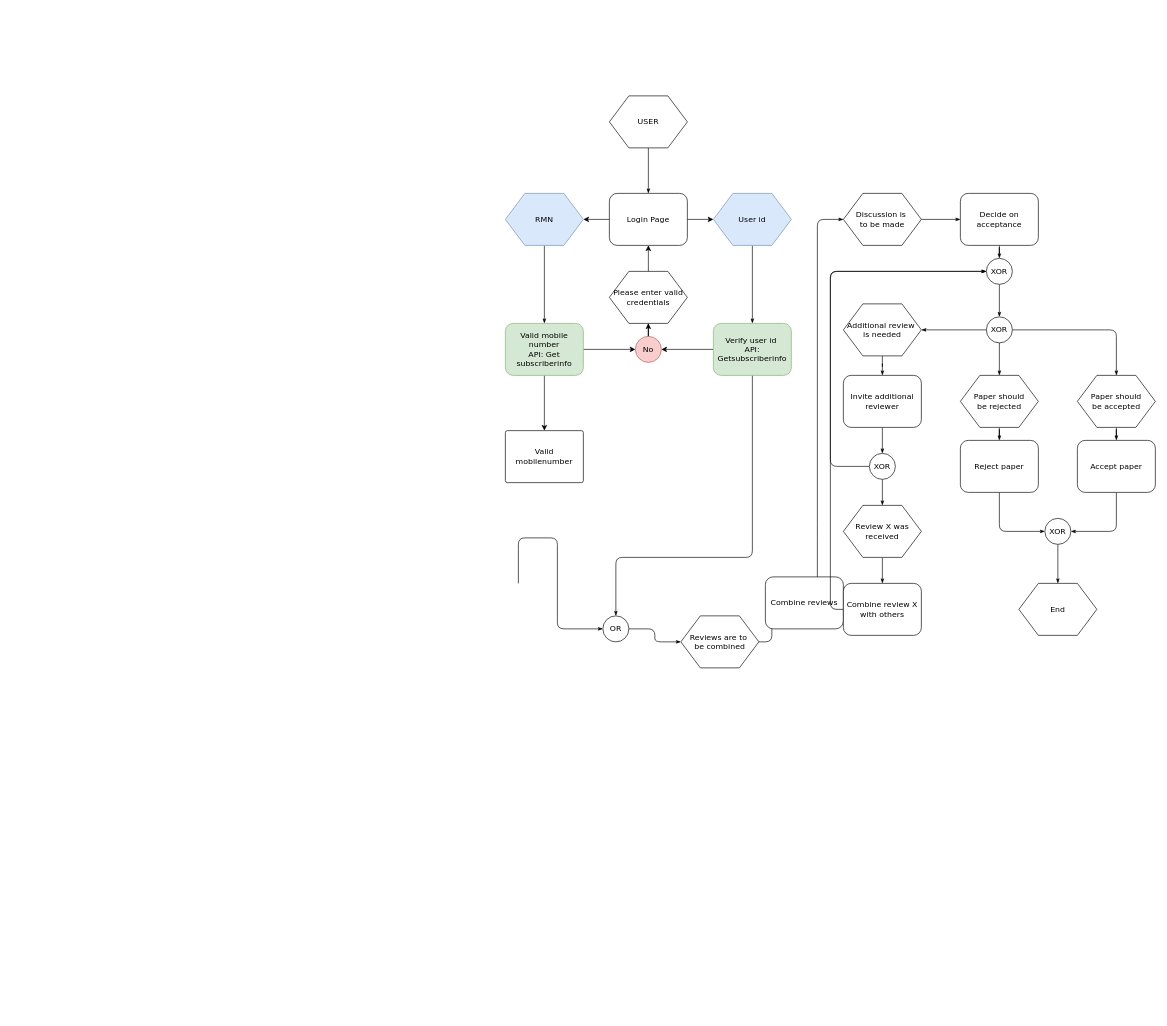
Earlier version of the draw.io diagram Untitled Diagram.drawio (jkssuryarao/jkssuryarao.github.io). Source tidied: cells renumbered, new cells numbered last; positions are measured from the earlier drawing's top-left corner, leaving out a move shared by most shapes. Both pictures are drawn from the tidied source at 65%, with x=0, y=0 at pixel (505, 96).
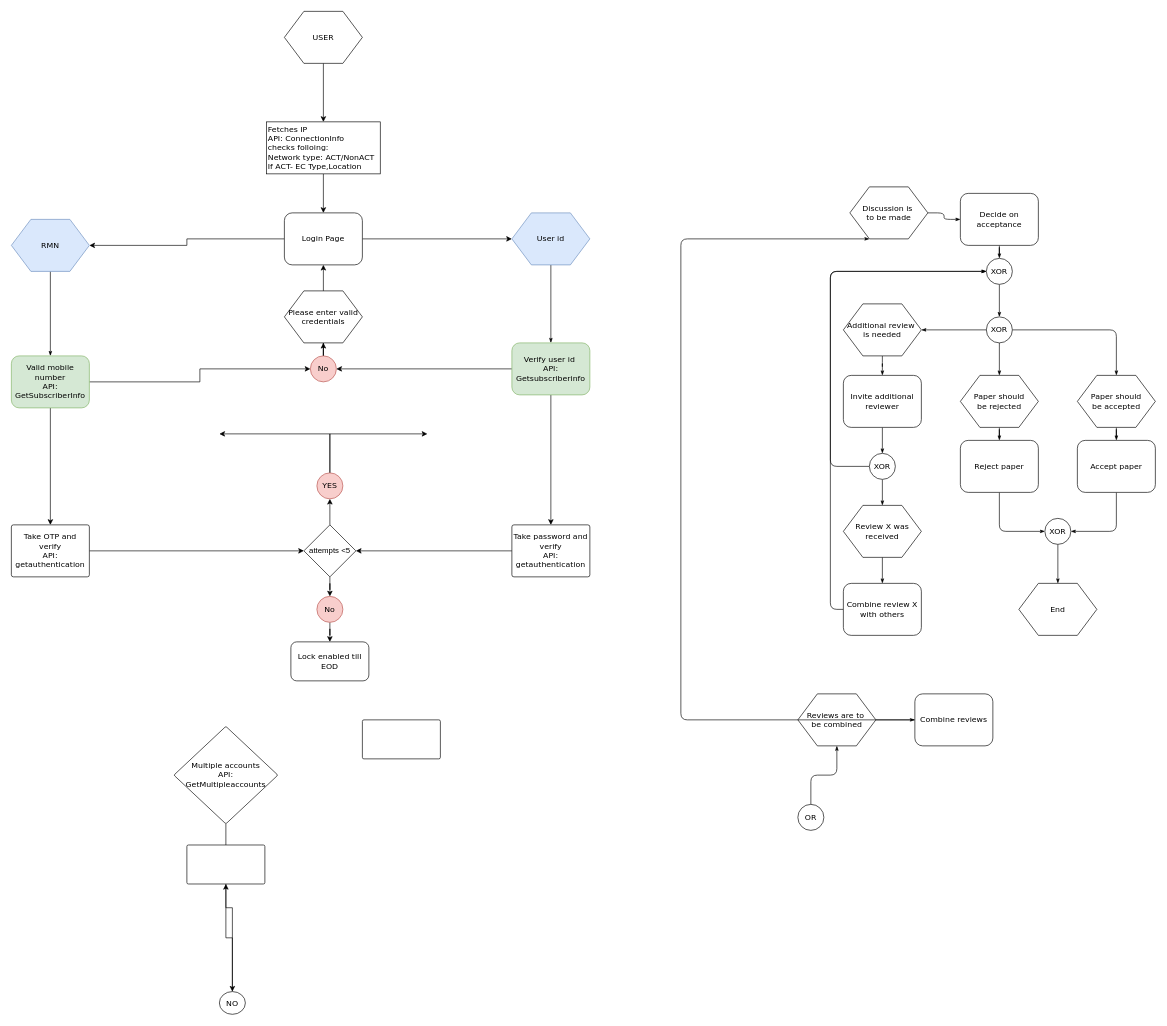
After the change.

Commit message:
Login changes 03 July

Diff of the diagram source:
```diff
@@
-    <mxCell id="2" style="edgeStyle=orthogonalEdgeStyle;rounded=1;html=1;labelBackgroundColor=none;startArrow=none;startFill=0;startSize=5;endArrow=classicThin;endFill=1;endSize=5;jettySize=auto;strokeWidth=1;fontFamily=Verdana;fontSize=8;" parent="1" edge="1" source="3" target="6">
-      <mxGeometry relative="1" as="geometry" />
-    </mxCell>
+    <mxCell id="61" style="edgeStyle=orthogonalEdgeStyle;rounded=0;jettySize=auto;html=1;" parent="1" edge="1" source="3" target="82">
+      <mxGeometry relative="1" as="geometry" />
+    </mxCell>
     <mxCell id="3" value="USER" style="shape=hexagon;perimeter=hexagonPerimeter;whiteSpace=wrap;html=1;rounded=0;shadow=0;labelBackgroundColor=none;strokeWidth=1;fontFamily=Verdana;fontSize=12;align=center;" parent="1" vertex="1">
-      <mxGeometry x="160" width="120" height="80" as="geometry" />
+      <mxGeometry x="-340" y="-130" width="120" height="80" as="geometry" />
     </mxCell>
@@
     <mxCell id="6" value="Login Page" style="rounded=1;whiteSpace=wrap;html=1;shadow=0;labelBackgroundColor=none;strokeWidth=1;fontFamily=Verdana;fontSize=12;align=center;" parent="1" vertex="1">
-      <mxGeometry x="160" y="150" width="120" height="80" as="geometry" />
+      <mxGeometry x="-340" y="180" width="120" height="80" as="geometry" />
     </mxCell>
@@
     <mxCell id="8" value="RMN" style="shape=hexagon;perimeter=hexagonPerimeter;whiteSpace=wrap;html=1;rounded=0;shadow=0;labelBackgroundColor=none;strokeWidth=1;fontFamily=Verdana;fontSize=12;align=center;fillColor=#dae8fc;strokeColor=#6c8ebf;" parent="1" vertex="1">
-      <mxGeometry y="150" width="120" height="80" as="geometry" />
+      <mxGeometry x="-760" y="190" width="120" height="80" as="geometry" />
     </mxCell>
@@
     <mxCell id="10" value="User id" style="shape=hexagon;perimeter=hexagonPerimeter;whiteSpace=wrap;html=1;rounded=0;shadow=0;labelBackgroundColor=none;strokeWidth=1;fontFamily=Verdana;fontSize=12;align=center;fillColor=#dae8fc;strokeColor=#6c8ebf;" parent="1" vertex="1">
-      <mxGeometry x="320" y="150" width="120" height="80" as="geometry" />
+      <mxGeometry x="10" y="180" width="120" height="80" as="geometry" />
     </mxCell>
-    <mxCell id="11" style="edgeStyle=orthogonalEdgeStyle;rounded=1;html=1;labelBackgroundColor=none;startArrow=none;startFill=0;startSize=5;endArrow=classicThin;endFill=1;endSize=5;jettySize=auto;strokeWidth=1;fontFamily=Verdana;fontSize=8;" parent="1" edge="1" target="19">
-      <mxGeometry relative="1" as="geometry">
-        <mxPoint x="20" y="750" as="sourcePoint" />
-        <Array as="points">
-          <mxPoint x="20" y="680" />
-          <mxPoint x="80" y="680" />
-          <mxPoint x="80" y="820" />
-        </Array>
-      </mxGeometry>
-    </mxCell>
@@
-    <mxCell id="14" value="Valid mobile number&lt;div&gt;API: Get subscriberinfo&lt;/div&gt;" style="rounded=1;whiteSpace=wrap;html=1;shadow=0;labelBackgroundColor=none;strokeWidth=1;fontFamily=Verdana;fontSize=12;align=center;fillColor=#d5e8d4;strokeColor=#82b366;" parent="1" vertex="1">
-      <mxGeometry y="350" width="120" height="80" as="geometry" />
+    <mxCell id="14" value="Valid mobile number&lt;div&gt;API: GetSubscriberInfo&lt;/div&gt;" style="rounded=1;whiteSpace=wrap;html=1;shadow=0;labelBackgroundColor=none;strokeWidth=1;fontFamily=Verdana;fontSize=12;align=center;fillColor=#d5e8d4;strokeColor=#82b366;" parent="1" vertex="1">
+      <mxGeometry x="-760" y="400" width="120" height="80" as="geometry" />
     </mxCell>
-    <mxCell id="15" style="edgeStyle=orthogonalEdgeStyle;rounded=1;html=1;labelBackgroundColor=none;startArrow=none;startFill=0;startSize=5;endArrow=classicThin;endFill=1;endSize=5;jettySize=auto;strokeWidth=1;fontFamily=Verdana;fontSize=8;" parent="1" edge="1" source="17" target="19">
-      <mxGeometry relative="1" as="geometry">
-        <Array as="points">
-          <mxPoint x="380" y="710" />
-          <mxPoint x="170" y="710" />
-        </Array>
-      </mxGeometry>
-    </mxCell>
@@
+    <mxCell id="62" style="edgeStyle=orthogonalEdgeStyle;rounded=0;jettySize=auto;html=1;" parent="1" edge="1" source="17" target="74">
+      <mxGeometry relative="1" as="geometry" />
+    </mxCell>
     <mxCell id="17" value="Verify user id&amp;nbsp;&lt;div&gt;API: Getsubscriberinfo&lt;/div&gt;" style="rounded=1;whiteSpace=wrap;html=1;shadow=0;labelBackgroundColor=none;strokeWidth=1;fontFamily=Verdana;fontSize=12;align=center;fillColor=#d5e8d4;strokeColor=#82b366;" parent="1" vertex="1">
-      <mxGeometry x="320" y="350" width="120" height="80" as="geometry" />
+      <mxGeometry x="10" y="380" width="120" height="80" as="geometry" />
     </mxCell>
@@
     <mxCell id="19" value="OR" style="ellipse;whiteSpace=wrap;html=1;rounded=1;shadow=0;labelBackgroundColor=none;strokeWidth=1;fontFamily=Verdana;fontSize=12;align=center;" parent="1" vertex="1">
-      <mxGeometry x="150" y="800" width="40" height="40" as="geometry" />
+      <mxGeometry x="450" y="1090" width="40" height="40" as="geometry" />
     </mxCell>
@@
     <mxCell id="21" value="Reviews are to&amp;nbsp;&lt;div&gt;be combined&lt;/div&gt;" style="shape=hexagon;perimeter=hexagonPerimeter;whiteSpace=wrap;html=1;rounded=0;shadow=0;labelBackgroundColor=none;strokeWidth=1;fontFamily=Verdana;fontSize=12;align=center;" parent="1" vertex="1">
-      <mxGeometry x="270" y="800" width="120" height="80" as="geometry" />
+      <mxGeometry x="450" y="920" width="120" height="80" as="geometry" />
     </mxCell>
     <mxCell id="22" style="edgeStyle=orthogonalEdgeStyle;rounded=1;html=1;labelBackgroundColor=none;startArrow=none;startFill=0;startSize=5;endArrow=classicThin;endFill=1;endSize=5;jettySize=auto;strokeWidth=1;fontFamily=Verdana;fontSize=8;" parent="1" edge="1" source="23" target="25">
       <mxGeometry relative="1" as="geometry">
         <Array as="points">
-          <mxPoint x="480" y="670" />
-          <mxPoint x="480" y="190" />
+          <mxPoint x="270" y="220" />
         </Array>
       </mxGeometry>
     </mxCell>
     <mxCell id="23" value="Combine reviews" style="rounded=1;whiteSpace=wrap;html=1;shadow=0;labelBackgroundColor=none;strokeWidth=1;fontFamily=Verdana;fontSize=12;align=center;" parent="1" vertex="1">
-      <mxGeometry x="400" y="740" width="120" height="80" as="geometry" />
+      <mxGeometry x="630" y="920" width="120" height="80" as="geometry" />
     </mxCell>
@@
     <mxCell id="25" value="Discussion is&amp;nbsp;&lt;div&gt;to be made&lt;/div&gt;" style="shape=hexagon;perimeter=hexagonPerimeter;whiteSpace=wrap;html=1;rounded=0;shadow=0;labelBackgroundColor=none;strokeWidth=1;fontFamily=Verdana;fontSize=12;align=center;" parent="1" vertex="1">
-      <mxGeometry x="520" y="150" width="120" height="80" as="geometry" />
+      <mxGeometry x="530" y="140" width="120" height="80" as="geometry" />
     </mxCell>
@@
+    <mxCell id="63" style="edgeStyle=orthogonalEdgeStyle;rounded=0;jettySize=auto;html=1;" parent="1" edge="1" source="56" target="67">
+      <mxGeometry relative="1" as="geometry" />
+    </mxCell>
-    <mxCell id="56" value="Valid mobilenumber" style="rounded=1;whiteSpace=wrap;html=1;shadow=0;labelBackgroundColor=none;strokeWidth=1;fontFamily=Verdana;fontSize=12;align=center;arcSize=4;" parent="1" vertex="1">
-      <mxGeometry y="515" width="120" height="80" as="geometry" />
+    <mxCell id="56" value="Take OTP and verify&lt;div&gt;API: getauthentication&lt;/div&gt;" style="rounded=1;whiteSpace=wrap;html=1;shadow=0;labelBackgroundColor=none;strokeWidth=1;fontFamily=Verdana;fontSize=12;align=center;arcSize=4;" parent="1" vertex="1">
+      <mxGeometry x="-760" y="660" width="120" height="80" as="geometry" />
     </mxCell>
@@
     <mxCell id="58" value="No" style="ellipse;whiteSpace=wrap;html=1;rounded=1;shadow=0;labelBackgroundColor=none;strokeWidth=1;fontFamily=Verdana;fontSize=12;align=center;fillColor=#f8cecc;strokeColor=#b85450;" parent="1" vertex="1">
-      <mxGeometry x="200" y="370" width="40" height="40" as="geometry" />
+      <mxGeometry x="-300" y="400" width="40" height="40" as="geometry" />
     </mxCell>
@@
     <mxCell id="60" value="Please enter valid credentials" style="shape=hexagon;perimeter=hexagonPerimeter;whiteSpace=wrap;html=1;rounded=0;shadow=0;labelBackgroundColor=none;strokeWidth=1;fontFamily=Verdana;fontSize=12;align=center;" parent="1" vertex="1">
-      <mxGeometry x="160" y="270" width="120" height="80" as="geometry" />
+      <mxGeometry x="-340" y="300" width="120" height="80" as="geometry" />
     </mxCell>
+    <mxCell id="64" style="edgeStyle=orthogonalEdgeStyle;rounded=0;jettySize=auto;html=1;exitX=0.5;exitY=0;exitDx=0;exitDy=0;" parent="1" edge="1" source="71">
+      <mxGeometry relative="1" as="geometry">
+        <mxPoint x="-440" y="520" as="targetPoint" />
+        <Array as="points">
+          <mxPoint x="-270" y="520" />
+          <mxPoint x="-440" y="520" />
+        </Array>
+      </mxGeometry>
+    </mxCell>
+    <mxCell id="65" style="edgeStyle=orthogonalEdgeStyle;rounded=0;jettySize=auto;html=1;" parent="1" edge="1" source="67" target="71">
+      <mxGeometry relative="1" as="geometry" />
+    </mxCell>
+    <mxCell id="66" style="edgeStyle=orthogonalEdgeStyle;rounded=0;jettySize=auto;html=1;" parent="1" edge="1" source="67" target="69">
+      <mxGeometry relative="1" as="geometry" />
+    </mxCell>
+    <mxCell id="67" value="attempts &amp;lt;5" style="rhombus;whiteSpace=wrap;html=1;" parent="1" vertex="1">
+      <mxGeometry x="-310" y="660" width="80" height="80" as="geometry" />
+    </mxCell>
+    <mxCell id="68" style="edgeStyle=orthogonalEdgeStyle;rounded=0;jettySize=auto;html=1;" parent="1" edge="1" source="69" target="72">
+      <mxGeometry relative="1" as="geometry" />
+    </mxCell>
+    <mxCell id="69" value="No" style="ellipse;whiteSpace=wrap;html=1;rounded=1;shadow=0;labelBackgroundColor=none;strokeWidth=1;fontFamily=Verdana;fontSize=12;align=center;fillColor=#f8cecc;strokeColor=#b85450;" parent="1" vertex="1">
+      <mxGeometry x="-290" y="770" width="40" height="40" as="geometry" />
+    </mxCell>
+    <mxCell id="70" style="edgeStyle=orthogonalEdgeStyle;rounded=0;jettySize=auto;html=1;" parent="1" edge="1" source="71">
+      <mxGeometry relative="1" as="geometry">
+        <mxPoint x="-120" y="520" as="targetPoint" />
+        <Array as="points">
+          <mxPoint x="-270" y="520" />
+        </Array>
+      </mxGeometry>
+    </mxCell>
+    <mxCell id="71" value="YES" style="ellipse;whiteSpace=wrap;html=1;rounded=1;shadow=0;labelBackgroundColor=none;strokeWidth=1;fontFamily=Verdana;fontSize=12;align=center;fillColor=#f8cecc;strokeColor=#b85450;" parent="1" vertex="1">
+      <mxGeometry x="-290" y="580" width="40" height="40" as="geometry" />
+    </mxCell>
+    <mxCell id="72" value="Lock enabled till EOD" style="whiteSpace=wrap;html=1;fontFamily=Verdana;rounded=1;shadow=0;labelBackgroundColor=none;strokeWidth=1;" parent="1" vertex="1">
+      <mxGeometry x="-330" y="840" width="120" height="60" as="geometry" />
+    </mxCell>
+    <mxCell id="73" style="edgeStyle=orthogonalEdgeStyle;rounded=0;jettySize=auto;html=1;" parent="1" edge="1" source="74" target="67">
+      <mxGeometry relative="1" as="geometry" />
+    </mxCell>
+    <mxCell id="74" value="Take password and verify&lt;div&gt;API: getauthentication&lt;/div&gt;" style="rounded=1;whiteSpace=wrap;html=1;shadow=0;labelBackgroundColor=none;strokeWidth=1;fontFamily=Verdana;fontSize=12;align=center;arcSize=4;" parent="1" vertex="1">
+      <mxGeometry x="10" y="660" width="120" height="80" as="geometry" />
+    </mxCell>
+    <mxCell id="75" style="edgeStyle=orthogonalEdgeStyle;rounded=0;jettySize=auto;html=1;" parent="1" edge="1" source="76" target="78">
+      <mxGeometry relative="1" as="geometry" />
+    </mxCell>
+    <mxCell id="76" value="Multiple accounts&lt;div&gt;API:&lt;/div&gt;&lt;div&gt;GetMultipleaccounts&lt;/div&gt;" style="rhombus;whiteSpace=wrap;html=1;fontFamily=Verdana;rounded=1;shadow=0;labelBackgroundColor=none;strokeWidth=1;arcSize=4;" parent="1" vertex="1">
+      <mxGeometry x="-510" y="970" width="160" height="150" as="geometry" />
+    </mxCell>
+    <mxCell id="77" style="edgeStyle=orthogonalEdgeStyle;rounded=0;jettySize=auto;html=1;" parent="1" edge="1" source="78" target="79">
+      <mxGeometry relative="1" as="geometry" />
+    </mxCell>
+    <mxCell id="78" value="NO" style="ellipse;whiteSpace=wrap;html=1;fontFamily=Verdana;rounded=1;shadow=0;labelBackgroundColor=none;strokeWidth=1;arcSize=4;" parent="1" vertex="1">
+      <mxGeometry x="-440" y="1378" width="40" height="35" as="geometry" />
+    </mxCell>
+    <mxCell id="79" style="whiteSpace=wrap;html=1;fontFamily=Verdana;rounded=1;shadow=0;labelBackgroundColor=none;strokeWidth=1;arcSize=4;" parent="1" vertex="1">
+      <mxGeometry x="-490" y="1152.5" width="120" height="60" as="geometry" />
+    </mxCell>
+    <mxCell id="80" style="whiteSpace=wrap;html=1;fontFamily=Verdana;rounded=1;shadow=0;labelBackgroundColor=none;strokeWidth=1;arcSize=4;" parent="1" vertex="1">
+      <mxGeometry x="-220" y="960" width="120" height="60" as="geometry" />
+    </mxCell>
+    <mxCell id="81" style="edgeStyle=orthogonalEdgeStyle;rounded=0;jettySize=auto;html=1;exitX=0.5;exitY=1;exitDx=0;exitDy=0;" parent="1" edge="1" source="82" target="6">
+      <mxGeometry relative="1" as="geometry" />
+    </mxCell>
+    <mxCell id="82" value="&lt;div&gt;Fetches IP&lt;/div&gt;API: ConnectionInfo&amp;nbsp;&lt;div&gt;checks folloing:&lt;/div&gt;&lt;div style=&quot;&quot;&gt;Network type: ACT/NonACT&lt;/div&gt;&lt;div style=&quot;&quot;&gt;If ACT-&amp;nbsp;&lt;span style=&quot;background-color: initial;&quot;&gt;EC Type,&lt;/span&gt;&lt;span style=&quot;background-color: initial;&quot;&gt;Location&lt;/span&gt;&lt;/div&gt;" style="whiteSpace=wrap;html=1;fontFamily=Verdana;rounded=0;shadow=0;labelBackgroundColor=none;strokeWidth=1;align=left;" parent="1" vertex="1">
+      <mxGeometry x="-367.5" y="40" width="175" height="80" as="geometry" />
+    </mxCell>
```
